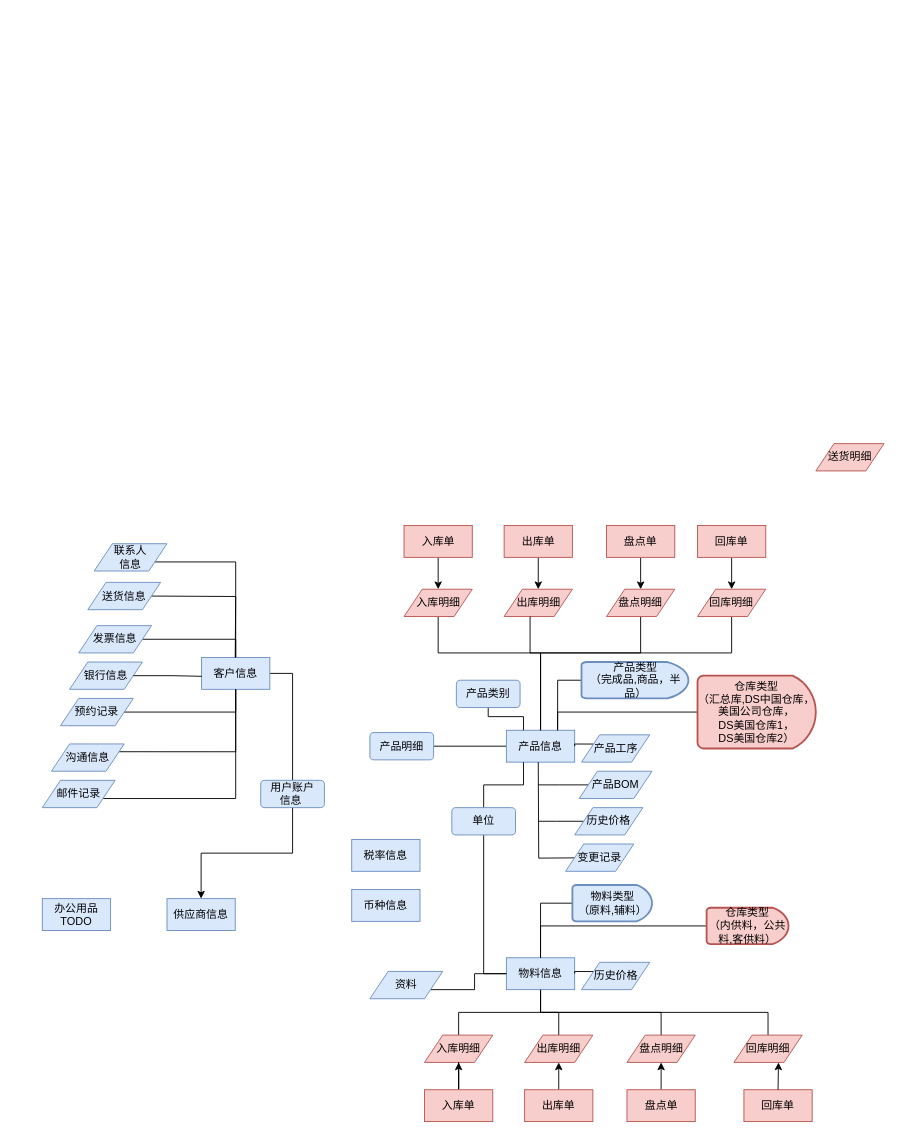
The draw.io diagram page "第 1 页" (1 of 2) of ERDiagram.drawio in sbosleo/sbosmobile, before the edit. Source tidied: cells renumbered, new cells numbered last; positions are measured from the earlier drawing's top-left corner, leaving out a move shared by most shapes. Both pictures are drawn from the tidied source at 91%, with x=0, y=0 at pixel (42, 443).
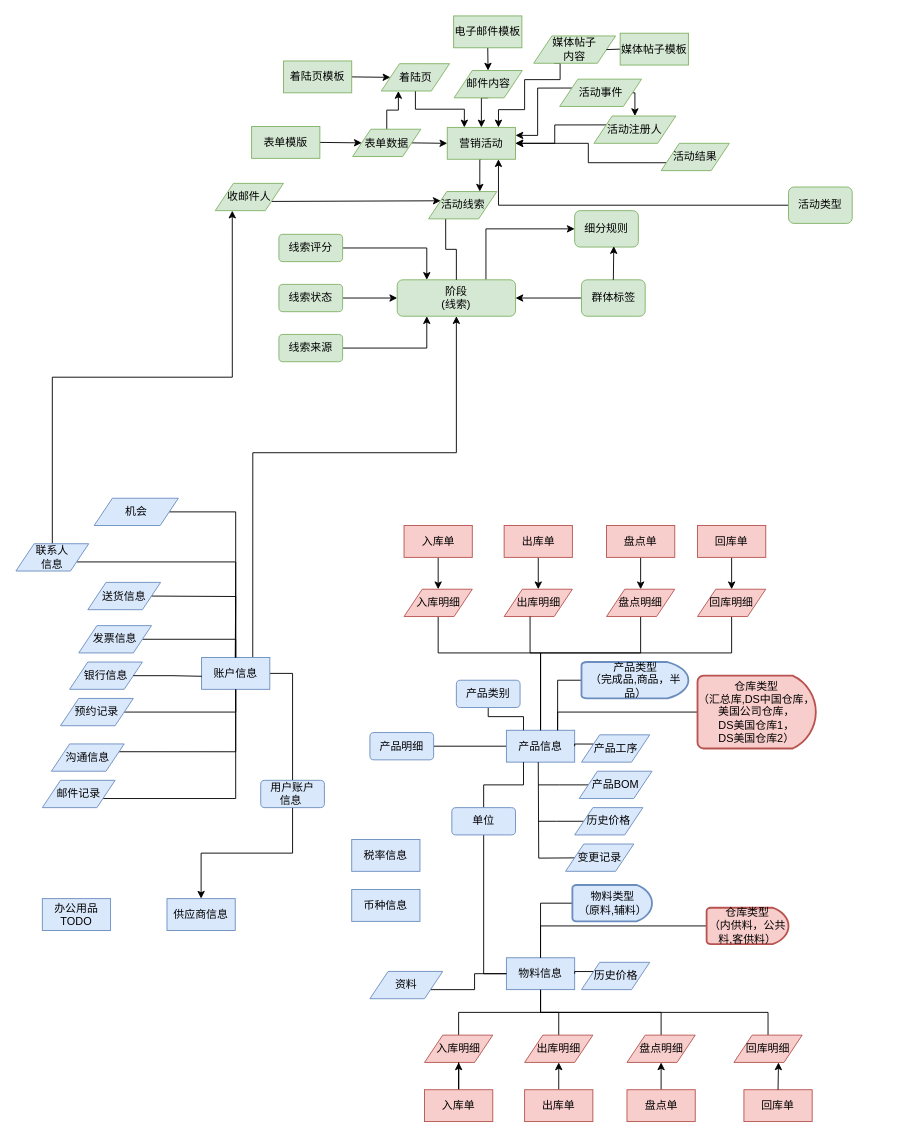
The same page after the edit.

The edit, as a diff of the source:
```diff
@@
+    <mxCell id="89" style="edgeStyle=orthogonalEdgeStyle;rounded=0;jettySize=auto;html=1;exitX=0.5;exitY=0;exitDx=0;exitDy=0;entryX=0.25;entryY=1;entryDx=0;entryDy=0;startArrow=none;startFill=0;" parent="1" edge="1" source="32" target="112">
+      <mxGeometry relative="1" as="geometry" />
+    </mxCell>
     <mxCell id="32" value="联系人&lt;div&gt;信息&lt;/div&gt;" style="shape=parallelogram;perimeter=parallelogramPerimeter;whiteSpace=wrap;html=1;fixedSize=1;fillColor=#dae8fc;strokeColor=#6c8ebf;" parent="1" vertex="1">
-      <mxGeometry x="57" y="110" width="80" height="30" as="geometry" />
+      <mxGeometry x="-29" y="110" width="80" height="30" as="geometry" />
     </mxCell>
@@
+    <mxCell id="90" style="edgeStyle=orthogonalEdgeStyle;rounded=0;jettySize=auto;html=1;exitX=0.75;exitY=0;exitDx=0;exitDy=0;entryX=0.5;entryY=1;entryDx=0;entryDy=0;" parent="1" edge="1" source="35" target="92">
+      <mxGeometry relative="1" as="geometry">
+        <Array as="points">
+          <mxPoint x="231" y="10" />
+          <mxPoint x="455" y="10" />
+        </Array>
+      </mxGeometry>
+    </mxCell>
-    <mxCell id="35" value="客户信息" style="rounded=0;whiteSpace=wrap;html=1;fillColor=#dae8fc;strokeColor=#6c8ebf;" parent="1" vertex="1">
+    <mxCell id="35" value="账户信息" style="rounded=0;whiteSpace=wrap;html=1;fillColor=#dae8fc;strokeColor=#6c8ebf;" parent="1" vertex="1">
       <mxGeometry x="175" y="235" width="75" height="35" as="geometry" />
     </mxCell>
@@
-    <mxCell id="59" value="送货明细" style="shape=parallelogram;perimeter=parallelogramPerimeter;whiteSpace=wrap;html=1;fixedSize=1;fillColor=#f8cecc;strokeColor=#b85450;" parent="1" vertex="1">
-      <mxGeometry x="850" width="75" height="30" as="geometry" />
-    </mxCell>
@@
+    <mxCell id="91" style="edgeStyle=orthogonalEdgeStyle;rounded=0;jettySize=auto;html=1;exitX=0.75;exitY=0;exitDx=0;exitDy=0;entryX=0;entryY=0.5;entryDx=0;entryDy=0;" parent="1" edge="1" source="92" target="115">
+      <mxGeometry relative="1" as="geometry" />
+    </mxCell>
+    <mxCell id="92" value="阶段&lt;div&gt;(线索)&lt;/div&gt;" style="rounded=1;whiteSpace=wrap;html=1;fillColor=#d5e8d4;strokeColor=#82b366;" parent="1" vertex="1">
+      <mxGeometry x="390" y="-180" width="130" height="40" as="geometry" />
+    </mxCell>
+    <mxCell id="93" style="edgeStyle=orthogonalEdgeStyle;rounded=0;jettySize=auto;html=1;exitX=1;exitY=0.5;exitDx=0;exitDy=0;entryX=0.5;entryY=0;entryDx=0;entryDy=0;endArrow=none;endFill=0;" parent="1" edge="1" source="94" target="35">
+      <mxGeometry relative="1" as="geometry" />
+    </mxCell>
+    <mxCell id="94" value="机会" style="shape=parallelogram;perimeter=parallelogramPerimeter;whiteSpace=wrap;html=1;fixedSize=1;fillColor=#dae8fc;strokeColor=#6c8ebf;" parent="1" vertex="1">
+      <mxGeometry x="57" y="60" width="92.5" height="30" as="geometry" />
+    </mxCell>
+    <mxCell id="95" style="edgeStyle=orthogonalEdgeStyle;rounded=0;jettySize=auto;html=1;exitX=1;exitY=0.5;exitDx=0;exitDy=0;entryX=0.25;entryY=1;entryDx=0;entryDy=0;" parent="1" edge="1" source="96" target="92">
+      <mxGeometry relative="1" as="geometry" />
+    </mxCell>
+    <mxCell id="96" value="线索来源" style="rounded=1;whiteSpace=wrap;html=1;fillColor=#d5e8d4;strokeColor=#82b366;" parent="1" vertex="1">
+      <mxGeometry x="260" y="-120" width="70" height="30" as="geometry" />
+    </mxCell>
+    <mxCell id="97" style="edgeStyle=orthogonalEdgeStyle;rounded=0;jettySize=auto;html=1;exitX=1;exitY=0.5;exitDx=0;exitDy=0;entryX=0;entryY=0.5;entryDx=0;entryDy=0;" parent="1" edge="1" source="98" target="92">
+      <mxGeometry relative="1" as="geometry" />
+    </mxCell>
+    <mxCell id="98" value="线索状态" style="rounded=1;whiteSpace=wrap;html=1;fillColor=#d5e8d4;strokeColor=#82b366;" parent="1" vertex="1">
+      <mxGeometry x="260" y="-175" width="70" height="30" as="geometry" />
+    </mxCell>
+    <mxCell id="99" style="edgeStyle=orthogonalEdgeStyle;rounded=0;jettySize=auto;html=1;exitX=1;exitY=0.5;exitDx=0;exitDy=0;entryX=0.25;entryY=0;entryDx=0;entryDy=0;" parent="1" edge="1" source="100" target="92">
+      <mxGeometry relative="1" as="geometry" />
+    </mxCell>
+    <mxCell id="100" value="线索评分" style="rounded=1;whiteSpace=wrap;html=1;fillColor=#d5e8d4;strokeColor=#82b366;" parent="1" vertex="1">
+      <mxGeometry x="260" y="-230" width="70" height="30" as="geometry" />
+    </mxCell>
+    <mxCell id="101" style="edgeStyle=orthogonalEdgeStyle;rounded=0;jettySize=auto;html=1;exitX=0.25;exitY=1;exitDx=0;exitDy=0;entryX=0.5;entryY=0;entryDx=0;entryDy=0;endArrow=none;endFill=0;" parent="1" edge="1" source="102" target="92">
+      <mxGeometry relative="1" as="geometry" />
+    </mxCell>
+    <mxCell id="102" value="活动线索" style="shape=parallelogram;perimeter=parallelogramPerimeter;whiteSpace=wrap;html=1;fixedSize=1;fillColor=#d5e8d4;strokeColor=#82b366;" parent="1" vertex="1">
+      <mxGeometry x="424.5" y="-277" width="75" height="30" as="geometry" />
+    </mxCell>
+    <mxCell id="103" style="edgeStyle=orthogonalEdgeStyle;rounded=0;jettySize=auto;html=1;exitX=0;exitY=0.5;exitDx=0;exitDy=0;entryX=0.75;entryY=1;entryDx=0;entryDy=0;" parent="1" edge="1" source="104" target="106">
+      <mxGeometry relative="1" as="geometry" />
+    </mxCell>
+    <mxCell id="104" value="活动类型" style="rounded=1;whiteSpace=wrap;html=1;fillColor=#d5e8d4;strokeColor=#82b366;" parent="1" vertex="1">
+      <mxGeometry x="820" y="-282" width="70" height="40" as="geometry" />
+    </mxCell>
+    <mxCell id="105" style="edgeStyle=orthogonalEdgeStyle;rounded=0;jettySize=auto;html=1;exitX=0.5;exitY=1;exitDx=0;exitDy=0;entryX=0.75;entryY=0;entryDx=0;entryDy=0;" parent="1" edge="1" source="106" target="102">
+      <mxGeometry relative="1" as="geometry" />
+    </mxCell>
+    <mxCell id="106" value="营销活动" style="rounded=0;whiteSpace=wrap;html=1;fillColor=#d5e8d4;strokeColor=#82b366;" parent="1" vertex="1">
+      <mxGeometry x="445" y="-347.5" width="75" height="35" as="geometry" />
+    </mxCell>
+    <mxCell id="107" style="edgeStyle=none;rounded=0;jettySize=auto;html=1;exitX=0.5;exitY=1;exitDx=0;exitDy=0;" parent="1" edge="1" source="108" target="110">
+      <mxGeometry relative="1" as="geometry" />
+    </mxCell>
+    <mxCell id="108" value="电子邮件模板" style="rounded=0;whiteSpace=wrap;html=1;fillColor=#d5e8d4;strokeColor=#82b366;" parent="1" vertex="1">
+      <mxGeometry x="452" y="-470" width="75" height="35" as="geometry" />
+    </mxCell>
+    <mxCell id="109" style="edgeStyle=orthogonalEdgeStyle;rounded=0;jettySize=auto;html=1;exitX=0.5;exitY=1;exitDx=0;exitDy=0;entryX=0.5;entryY=0;entryDx=0;entryDy=0;" parent="1" edge="1" source="110" target="106">
+      <mxGeometry relative="1" as="geometry" />
+    </mxCell>
+    <mxCell id="110" value="邮件内容" style="shape=parallelogram;perimeter=parallelogramPerimeter;whiteSpace=wrap;html=1;fixedSize=1;fillColor=#d5e8d4;strokeColor=#82b366;" parent="1" vertex="1">
+      <mxGeometry x="452.5" y="-410" width="75" height="30" as="geometry" />
+    </mxCell>
+    <mxCell id="111" style="edgeStyle=none;rounded=0;jettySize=auto;html=1;exitX=1;exitY=0.75;exitDx=0;exitDy=0;entryX=0;entryY=0.25;entryDx=0;entryDy=0;" parent="1" edge="1" source="112" target="102">
+      <mxGeometry relative="1" as="geometry" />
+    </mxCell>
+    <mxCell id="112" value="收邮件人" style="shape=parallelogram;perimeter=parallelogramPerimeter;whiteSpace=wrap;html=1;fixedSize=1;fillColor=#d5e8d4;strokeColor=#82b366;" parent="1" vertex="1">
+      <mxGeometry x="190" y="-286" width="75" height="30" as="geometry" />
+    </mxCell>
+    <mxCell id="113" style="edgeStyle=none;rounded=0;jettySize=auto;html=1;exitX=0;exitY=0.5;exitDx=0;exitDy=0;" parent="1" edge="1" source="114" target="92">
+      <mxGeometry relative="1" as="geometry" />
+    </mxCell>
+    <mxCell id="114" value="群体&lt;span style=&quot;background-color: initial;&quot;&gt;标签&lt;/span&gt;" style="rounded=1;whiteSpace=wrap;html=1;fillColor=#d5e8d4;strokeColor=#82b366;" parent="1" vertex="1">
+      <mxGeometry x="592.5" y="-180" width="70" height="40" as="geometry" />
+    </mxCell>
+    <mxCell id="115" value="细分规则" style="rounded=1;whiteSpace=wrap;html=1;fillColor=#d5e8d4;strokeColor=#82b366;" parent="1" vertex="1">
+      <mxGeometry x="585" y="-256" width="70" height="40" as="geometry" />
+    </mxCell>
+    <mxCell id="116" style="edgeStyle=none;rounded=0;jettySize=auto;html=1;exitX=0.5;exitY=0;exitDx=0;exitDy=0;entryX=0.614;entryY=0.975;entryDx=0;entryDy=0;entryPerimeter=0;" parent="1" edge="1" source="114" target="115">
+      <mxGeometry relative="1" as="geometry" />
+    </mxCell>
+    <mxCell id="117" style="edgeStyle=orthogonalEdgeStyle;rounded=0;jettySize=auto;html=1;exitX=0;exitY=0.75;exitDx=0;exitDy=0;entryX=1;entryY=0.5;entryDx=0;entryDy=0;" parent="1" edge="1" source="118" target="106">
+      <mxGeometry relative="1" as="geometry" />
+    </mxCell>
+    <mxCell id="118" value="活动结果" style="shape=parallelogram;perimeter=parallelogramPerimeter;whiteSpace=wrap;html=1;fixedSize=1;fillColor=#d5e8d4;strokeColor=#82b366;" parent="1" vertex="1">
+      <mxGeometry x="680" y="-330" width="75" height="30" as="geometry" />
+    </mxCell>
+    <mxCell id="119" style="edgeStyle=orthogonalEdgeStyle;rounded=0;jettySize=auto;html=1;exitX=0.5;exitY=1;exitDx=0;exitDy=0;entryX=0.25;entryY=0;entryDx=0;entryDy=0;" parent="1" edge="1" source="120" target="106">
+      <mxGeometry relative="1" as="geometry" />
+    </mxCell>
+    <mxCell id="120" value="着陆页" style="shape=parallelogram;perimeter=parallelogramPerimeter;whiteSpace=wrap;html=1;fixedSize=1;fillColor=#d5e8d4;strokeColor=#82b366;" parent="1" vertex="1">
+      <mxGeometry x="372.5" y="-417.5" width="75" height="30" as="geometry" />
+    </mxCell>
+    <mxCell id="121" style="edgeStyle=none;rounded=0;jettySize=auto;html=1;exitX=1;exitY=0.5;exitDx=0;exitDy=0;entryX=0;entryY=0.5;entryDx=0;entryDy=0;" parent="1" edge="1" source="122" target="120">
+      <mxGeometry relative="1" as="geometry" />
+    </mxCell>
+    <mxCell id="122" value="着陆页模板" style="rounded=0;whiteSpace=wrap;html=1;fillColor=#d5e8d4;strokeColor=#82b366;" parent="1" vertex="1">
+      <mxGeometry x="265" y="-420.5" width="75" height="35" as="geometry" />
+    </mxCell>
+    <mxCell id="123" style="edgeStyle=none;rounded=0;jettySize=auto;html=1;exitX=1;exitY=0.5;exitDx=0;exitDy=0;entryX=0;entryY=0.5;entryDx=0;entryDy=0;" parent="1" edge="1" source="125" target="106">
+      <mxGeometry relative="1" as="geometry" />
+    </mxCell>
+    <mxCell id="124" style="edgeStyle=orthogonalEdgeStyle;rounded=0;jettySize=auto;html=1;exitX=0.5;exitY=0;exitDx=0;exitDy=0;entryX=0.25;entryY=1;entryDx=0;entryDy=0;" parent="1" edge="1" source="125" target="120">
+      <mxGeometry relative="1" as="geometry" />
+    </mxCell>
+    <mxCell id="125" value="表单数据" style="shape=parallelogram;perimeter=parallelogramPerimeter;whiteSpace=wrap;html=1;fixedSize=1;fillColor=#d5e8d4;strokeColor=#82b366;" parent="1" vertex="1">
+      <mxGeometry x="341" y="-345.5" width="75" height="30" as="geometry" />
+    </mxCell>
+    <mxCell id="126" style="edgeStyle=none;rounded=0;jettySize=auto;html=1;exitX=1;exitY=0.5;exitDx=0;exitDy=0;entryX=0;entryY=0.5;entryDx=0;entryDy=0;" parent="1" edge="1" source="127" target="125">
+      <mxGeometry relative="1" as="geometry" />
+    </mxCell>
+    <mxCell id="127" value="表单模版" style="rounded=0;whiteSpace=wrap;html=1;fillColor=#d5e8d4;strokeColor=#82b366;" parent="1" vertex="1">
+      <mxGeometry x="230" y="-348.5" width="75" height="35" as="geometry" />
+    </mxCell>
+    <mxCell id="128" style="edgeStyle=orthogonalEdgeStyle;rounded=0;jettySize=auto;html=1;exitX=0.25;exitY=1;exitDx=0;exitDy=0;entryX=0.75;entryY=0;entryDx=0;entryDy=0;" parent="1" edge="1" source="129" target="106">
+      <mxGeometry relative="1" as="geometry">
+        <Array as="points">
+          <mxPoint x="569" y="-418" />
+          <mxPoint x="569" y="-400" />
+          <mxPoint x="530" y="-400" />
+          <mxPoint x="530" y="-367" />
+          <mxPoint x="501" y="-367" />
+        </Array>
+      </mxGeometry>
+    </mxCell>
+    <mxCell id="129" value="媒体帖子&lt;div&gt;内容&lt;/div&gt;" style="shape=parallelogram;perimeter=parallelogramPerimeter;whiteSpace=wrap;html=1;fixedSize=1;fillColor=#d5e8d4;strokeColor=#82b366;" parent="1" vertex="1">
+      <mxGeometry x="540" y="-448" width="90" height="30" as="geometry" />
+    </mxCell>
+    <mxCell id="130" style="edgeStyle=none;rounded=0;jettySize=auto;html=1;exitX=0;exitY=0.5;exitDx=0;exitDy=0;entryX=1;entryY=0.5;entryDx=0;entryDy=0;endArrow=none;endFill=0;" parent="1" edge="1" source="131" target="129">
+      <mxGeometry relative="1" as="geometry" />
+    </mxCell>
+    <mxCell id="131" value="媒体帖子模板" style="rounded=0;whiteSpace=wrap;html=1;fillColor=#d5e8d4;strokeColor=#82b366;" parent="1" vertex="1">
+      <mxGeometry x="635" y="-451" width="75" height="35" as="geometry" />
+    </mxCell>
+    <mxCell id="132" style="edgeStyle=orthogonalEdgeStyle;rounded=0;jettySize=auto;html=1;exitX=0;exitY=0.25;exitDx=0;exitDy=0;entryX=1;entryY=0.25;entryDx=0;entryDy=0;" parent="1" edge="1" source="134" target="106">
+      <mxGeometry relative="1" as="geometry" />
+    </mxCell>
+    <mxCell id="133" style="edgeStyle=orthogonalEdgeStyle;rounded=0;jettySize=auto;html=1;exitX=1;exitY=0.5;exitDx=0;exitDy=0;entryX=0.5;entryY=0;entryDx=0;entryDy=0;" parent="1" edge="1" source="134" target="136">
+      <mxGeometry relative="1" as="geometry" />
+    </mxCell>
+    <mxCell id="134" value="活动事件" style="shape=parallelogram;perimeter=parallelogramPerimeter;whiteSpace=wrap;html=1;fixedSize=1;fillColor=#d5e8d4;strokeColor=#82b366;" parent="1" vertex="1">
+      <mxGeometry x="568.5" y="-400.5" width="90" height="30" as="geometry" />
+    </mxCell>
+    <mxCell id="135" style="edgeStyle=orthogonalEdgeStyle;rounded=0;jettySize=auto;html=1;exitX=0;exitY=0.25;exitDx=0;exitDy=0;entryX=1;entryY=0.5;entryDx=0;entryDy=0;" parent="1" edge="1" source="136" target="106">
+      <mxGeometry relative="1" as="geometry" />
+    </mxCell>
+    <mxCell id="136" value="活动注册人" style="shape=parallelogram;perimeter=parallelogramPerimeter;whiteSpace=wrap;html=1;fixedSize=1;fillColor=#d5e8d4;strokeColor=#82b366;" parent="1" vertex="1">
+      <mxGeometry x="606.2" y="-360" width="90" height="30" as="geometry" />
+    </mxCell>
```
